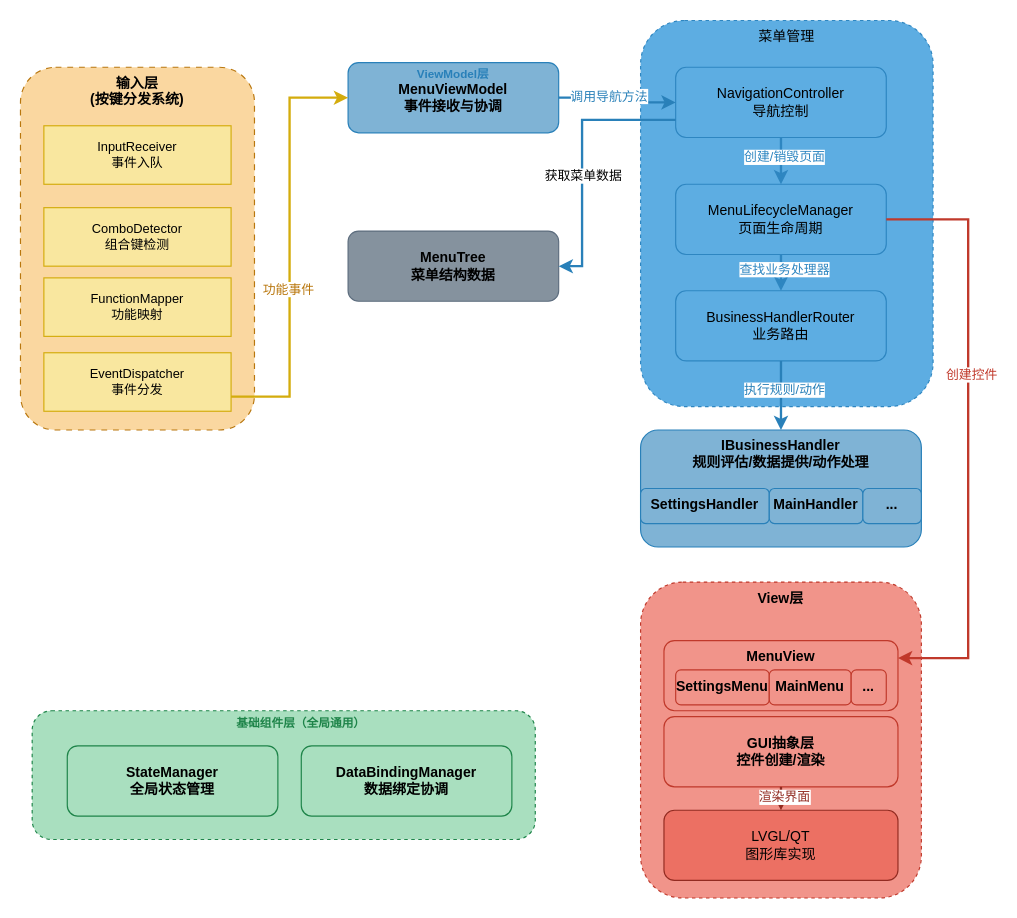
Above: page "菜单分层图" (13 of 13) of PDR.drawio in liyunhao2/technology (draw.io), before the change. Source tidied: cells renumbered, new cells numbered last; positions are measured from the earlier drawing's top-left corner, leaving out a move shared by most shapes. Both pictures are drawn from the tidied source at 117%, with x=0, y=0 at pixel (20, 20).
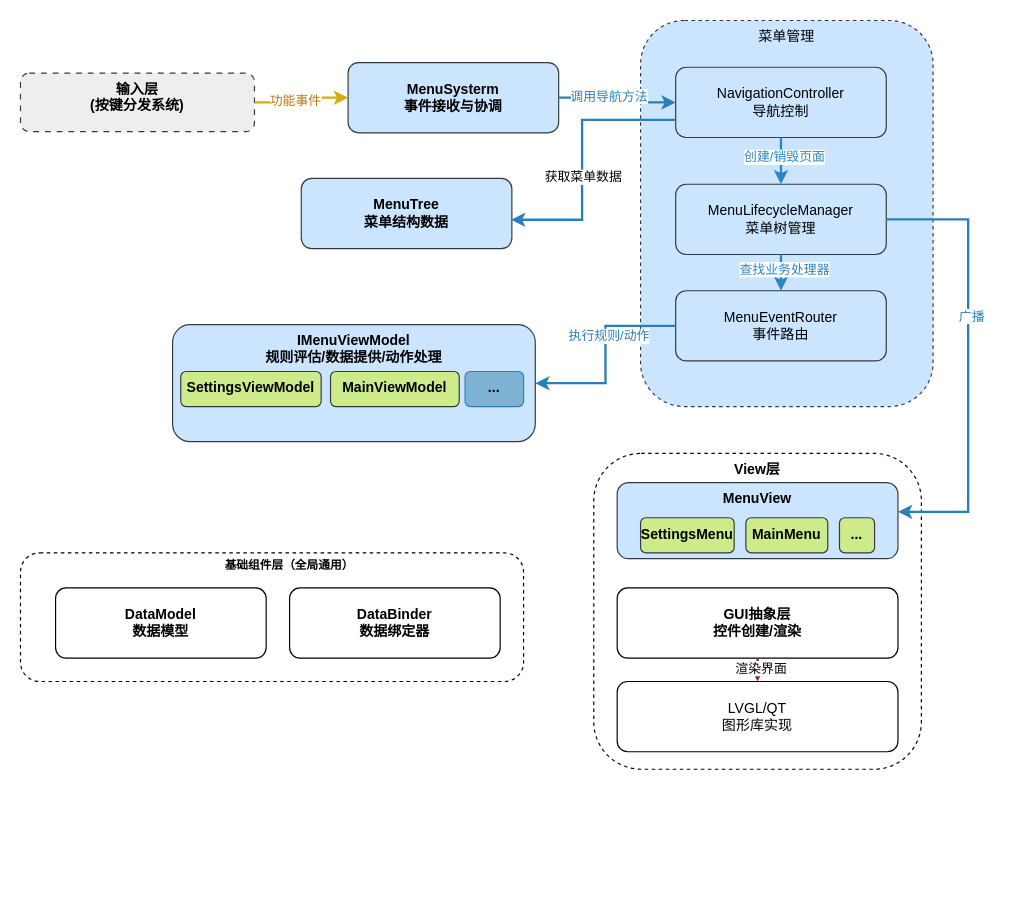
The same page after the edit.

Unchanged cells that the change refers to:
```xml
<mxCell id="32" style="edgeStyle=orthogonalEdgeStyle;rounded=0;html=1;exitX=0.5;exitY=1;entryX=0.5;entryY=0;endArrow=classic;strokeColor=#922B21;strokeWidth=2;" parent="1" edge="1" source="18" target="19">
  <mxGeometry relative="1" as="geometry" />
</mxCell>
```

Diff of the diagram source:
```diff
@@
-    <mxCell id="2" value="View层" style="rounded=1;whiteSpace=wrap;html=1;fillColor=#F1948A;strokeColor=#C0392B;fontSize=12;fontStyle=1;verticalAlign=top;dashed=1;" parent="1" vertex="1">
-      <mxGeometry x="530" y="480" width="240" height="270" as="geometry" />
+    <mxCell id="2" value="View层" style="rounded=1;whiteSpace=wrap;html=1;fontSize=12;fontStyle=1;verticalAlign=top;dashed=1;" parent="1" vertex="1">
+      <mxGeometry x="490" y="370" width="280" height="270" as="geometry" />
     </mxCell>
-    <mxCell id="3" value="菜单管理" style="rounded=1;whiteSpace=wrap;html=1;fillColor=#5DADE2;strokeColor=#2E86C1;fontSize=12;dashed=1;verticalAlign=top;" parent="1" vertex="1">
+    <mxCell id="3" value="菜单管理" style="rounded=1;whiteSpace=wrap;html=1;fillColor=#cce5ff;strokeColor=#36393d;fontSize=12;dashed=1;verticalAlign=top;" parent="1" vertex="1">
       <mxGeometry x="530" width="250" height="330" as="geometry" />
     </mxCell>
-    <mxCell id="4" style="rounded=1;whiteSpace=wrap;html=1;fillColor=#A9DFBF;strokeColor=#1E8449;fontSize=12;fontStyle=1;dashed=1;" parent="1" vertex="1">
-      <mxGeometry x="10" y="590" width="430" height="110" as="geometry" />
+    <mxCell id="4" style="rounded=1;whiteSpace=wrap;html=1;fontSize=12;fontStyle=1;dashed=1;" parent="1" vertex="1">
+      <mxGeometry y="455" width="430" height="110" as="geometry" />
     </mxCell>
-    <mxCell id="5" value="StateManager&lt;br&gt;全局状态管理" style="rounded=1;whiteSpace=wrap;html=1;fillColor=#A9DFBF;strokeColor=#1E8449;fontSize=12;fontStyle=1;" parent="1" vertex="1">
-      <mxGeometry x="40" y="620" width="180" height="60" as="geometry" />
+    <mxCell id="5" value="DataModel&lt;br&gt;数据模型" style="rounded=1;whiteSpace=wrap;html=1;fontSize=12;fontStyle=1;" parent="1" vertex="1">
+      <mxGeometry x="30" y="485" width="180" height="60" as="geometry" />
     </mxCell>
-    <mxCell id="6" value="DataBindingManager&lt;br&gt;数据绑定协调" style="rounded=1;whiteSpace=wrap;html=1;fillColor=#A9DFBF;strokeColor=#1E8449;fontSize=12;fontStyle=1;" parent="1" vertex="1">
-      <mxGeometry x="240" y="620" width="180" height="60" as="geometry" />
+    <mxCell id="6" value="DataBinder&lt;br&gt;数据绑定器" style="rounded=1;whiteSpace=wrap;html=1;fontSize=12;fontStyle=1;" parent="1" vertex="1">
+      <mxGeometry x="230" y="485" width="180" height="60" as="geometry" />
     </mxCell>
-    <mxCell id="7" value="输入层&lt;br&gt;(按键分发系统)" style="rounded=1;whiteSpace=wrap;html=1;fillColor=#FAD7A0;strokeColor=#B9770E;dashed=1;dashPattern=5 5;fontSize=12;fontStyle=1;verticalAlign=top;" parent="1" vertex="1">
-      <mxGeometry y="40" width="200" height="310" as="geometry" />
+    <mxCell id="7" value="输入层&lt;br&gt;(按键分发系统)" style="rounded=1;whiteSpace=wrap;html=1;fillColor=#eeeeee;strokeColor=#36393d;dashed=1;dashPattern=5 5;fontSize=12;fontStyle=1;verticalAlign=top;" parent="1" vertex="1">
+      <mxGeometry y="45" width="200" height="50" as="geometry" />
     </mxCell>
-    <mxCell id="8" value="InputReceiver&lt;br&gt;事件入队" style="rounded=0;whiteSpace=wrap;html=1;fillColor=#F9E79F;strokeColor=#D4AC0D;fontSize=11;" parent="1" vertex="1">
-      <mxGeometry x="20" y="90" width="160" height="50" as="geometry" />
-    </mxCell>
-    <mxCell id="9" value="ComboDetector&lt;br&gt;组合键检测" style="rounded=0;whiteSpace=wrap;html=1;fillColor=#F9E79F;strokeColor=#D4AC0D;fontSize=11;" parent="1" vertex="1">
-      <mxGeometry x="20" y="160" width="160" height="50" as="geometry" />
-    </mxCell>
-    <mxCell id="10" value="FunctionMapper&lt;br&gt;功能映射" style="rounded=0;whiteSpace=wrap;html=1;fillColor=#F9E79F;strokeColor=#D4AC0D;fontSize=11;" parent="1" vertex="1">
-      <mxGeometry x="20" y="220" width="160" height="50" as="geometry" />
-    </mxCell>
-    <mxCell id="11" value="EventDispatcher&lt;br&gt;事件分发" style="rounded=0;whiteSpace=wrap;html=1;fillColor=#F9E79F;strokeColor=#D4AC0D;fontSize=11;" parent="1" vertex="1">
-      <mxGeometry x="20" y="284" width="160" height="50" as="geometry" />
-    </mxCell>
-    <mxCell id="12" value="MenuViewModel&lt;br&gt;事件接收与协调" style="rounded=1;whiteSpace=wrap;html=1;fillColor=#7FB3D5;strokeColor=#2980B9;fontSize=12;fontStyle=1;" parent="1" vertex="1">
+    <mxCell id="12" value="MenuSysterm&lt;br&gt;事件接收与协调" style="rounded=1;whiteSpace=wrap;html=1;fillColor=#cce5ff;strokeColor=#36393d;fontSize=12;fontStyle=1;" parent="1" vertex="1">
       <mxGeometry x="280" y="36" width="180" height="60" as="geometry" />
     </mxCell>
-    <mxCell id="13" value="IBusinessHandler&lt;br&gt;规则评估/数据提供/动作处理" style="rounded=1;whiteSpace=wrap;html=1;fillColor=#7FB3D5;strokeColor=#2980B9;fontSize=12;fontStyle=1;verticalAlign=top;" parent="1" vertex="1">
-      <mxGeometry x="530" y="350" width="240" height="100" as="geometry" />
+    <mxCell id="13" value="IMenuViewModel&lt;br&gt;规则评估/数据提供/动作处理" style="rounded=1;whiteSpace=wrap;html=1;fillColor=#cce5ff;strokeColor=#36393d;fontSize=12;fontStyle=1;verticalAlign=top;" parent="1" vertex="1">
+      <mxGeometry x="130" y="260" width="310" height="100" as="geometry" />
     </mxCell>
-    <mxCell id="14" value="NavigationController&lt;br&gt;导航控制" style="rounded=1;whiteSpace=wrap;html=1;fillColor=#5DADE2;strokeColor=#2E86C1;fontSize=12;" parent="1" vertex="1">
+    <mxCell id="14" value="NavigationController&lt;br&gt;导航控制" style="rounded=1;whiteSpace=wrap;html=1;fillColor=#cce5ff;strokeColor=#36393d;fontSize=12;" parent="1" vertex="1">
       <mxGeometry x="560" y="40" width="180" height="60" as="geometry" />
     </mxCell>
-    <mxCell id="15" value="MenuLifecycleManager&lt;br&gt;页面生命周期" style="rounded=1;whiteSpace=wrap;html=1;fillColor=#5DADE2;strokeColor=#2E86C1;fontSize=12;" parent="1" vertex="1">
+    <mxCell id="15" value="MenuLifecycleManager&lt;br&gt;菜单树管理" style="rounded=1;whiteSpace=wrap;html=1;fillColor=#cce5ff;strokeColor=#36393d;fontSize=12;" parent="1" vertex="1">
       <mxGeometry x="560" y="140" width="180" height="60" as="geometry" />
     </mxCell>
-    <mxCell id="16" value="BusinessHandlerRouter&lt;br&gt;业务路由" style="rounded=1;whiteSpace=wrap;html=1;fillColor=#5DADE2;strokeColor=#2E86C1;fontSize=12;" parent="1" vertex="1">
+    <mxCell id="16" value="MenuEventRouter&lt;br&gt;事件路由" style="rounded=1;whiteSpace=wrap;html=1;fillColor=#cce5ff;strokeColor=#36393d;fontSize=12;" parent="1" vertex="1">
       <mxGeometry x="560" y="231" width="180" height="60" as="geometry" />
     </mxCell>
-    <mxCell id="17" value="MenuTree&lt;br&gt;菜单结构数据" style="rounded=1;whiteSpace=wrap;html=1;fillColor=#85929E;strokeColor=#5D6D7E;fontSize=12;fontStyle=1;" parent="1" vertex="1">
-      <mxGeometry x="280" y="180" width="180" height="60" as="geometry" />
+    <mxCell id="17" value="MenuTree&lt;br&gt;菜单结构数据" style="rounded=1;whiteSpace=wrap;html=1;fillColor=#cce5ff;strokeColor=#36393d;fontSize=12;fontStyle=1;" parent="1" vertex="1">
+      <mxGeometry x="240" y="135" width="180" height="60" as="geometry" />
     </mxCell>
-    <mxCell id="18" value="GUI抽象层&lt;br&gt;控件创建/渲染" style="rounded=1;whiteSpace=wrap;html=1;fillColor=#F1948A;strokeColor=#C0392B;fontSize=12;fontStyle=1;" parent="1" vertex="1">
-      <mxGeometry x="550" y="595" width="200" height="60" as="geometry" />
+    <mxCell id="18" value="GUI抽象层&lt;br&gt;控件创建/渲染" style="rounded=1;whiteSpace=wrap;html=1;fontSize=12;fontStyle=1;" parent="1" vertex="1">
+      <mxGeometry x="510" y="485" width="240" height="60" as="geometry" />
     </mxCell>
-    <mxCell id="19" value="LVGL/QT&lt;br&gt;图形库实现" style="rounded=1;whiteSpace=wrap;html=1;fillColor=#EC7063;strokeColor=#922B21;fontSize=12;" parent="1" vertex="1">
-      <mxGeometry x="550" y="675" width="200" height="60" as="geometry" />
+    <mxCell id="19" value="LVGL/QT&lt;br&gt;图形库实现" style="rounded=1;whiteSpace=wrap;html=1;fontSize=12;" parent="1" vertex="1">
+      <mxGeometry x="510" y="565" width="240" height="60" as="geometry" />
     </mxCell>
-    <mxCell id="20" style="edgeStyle=orthogonalEdgeStyle;rounded=0;html=1;exitX=1;exitY=0.75;entryX=0;entryY=0.5;endArrow=classic;strokeColor=#D4AC0D;strokeWidth=2;entryDx=0;entryDy=0;" parent="1" edge="1" source="11" target="12">
+    <mxCell id="20" style="edgeStyle=orthogonalEdgeStyle;rounded=0;html=1;exitX=1;exitY=0.5;entryX=0;entryY=0.5;endArrow=classic;strokeColor=#D4AC0D;strokeWidth=2;entryDx=0;entryDy=0;exitDx=0;exitDy=0;" parent="1" edge="1" source="7" target="12">
       <mxGeometry relative="1" as="geometry" />
     </mxCell>
@@
-    <mxCell id="28" style="edgeStyle=orthogonalEdgeStyle;rounded=0;html=1;exitX=0.5;exitY=1;entryX=0.5;entryY=0;endArrow=classic;strokeColor=#2980B9;strokeWidth=2;exitDx=0;exitDy=0;entryDx=0;entryDy=0;" parent="1" edge="1" source="16" target="13">
+    <mxCell id="28" style="edgeStyle=orthogonalEdgeStyle;rounded=0;html=1;exitX=0;exitY=0.5;entryX=1;entryY=0.5;endArrow=classic;strokeColor=#2980B9;strokeWidth=2;exitDx=0;exitDy=0;entryDx=0;entryDy=0;" parent="1" edge="1" source="16" target="13">
       <mxGeometry relative="1" as="geometry" />
     </mxCell>
@@
-    <mxCell id="30" style="edgeStyle=orthogonalEdgeStyle;rounded=0;html=1;exitX=1;exitY=0.5;endArrow=classic;strokeColor=#C0392B;strokeWidth=2;exitDx=0;exitDy=0;entryX=1;entryY=0.25;entryDx=0;entryDy=0;" parent="1" edge="1" source="15" target="36">
+    <mxCell id="30" style="edgeStyle=orthogonalEdgeStyle;rounded=0;html=1;exitX=1;exitY=0.5;endArrow=classic;strokeColor=#2980B9;strokeWidth=2;exitDx=0;exitDy=0;fontColor=#2980B9;" parent="1" edge="1" source="15" target="36">
       <mxGeometry relative="1" as="geometry">
         <Array as="points">
           <mxPoint x="810" y="170" />
-          <mxPoint x="810" y="545" />
+          <mxPoint x="810" y="420" />
         </Array>
       </mxGeometry>
     </mxCell>
-    <mxCell id="31" value="创建控件" style="edgeLabel;html=1;align=center;verticalAlign=middle;fontSize=11;fontColor=#C0392B;" parent="30" vertex="1">
+    <mxCell id="31" value="广播" style="edgeLabel;html=1;align=center;verticalAlign=middle;fontSize=11;fontColor=#2980B9;" parent="30" vertex="1">
       <mxGeometry x="-0.2" y="2" relative="1" as="geometry" />
     </mxCell>
@@
-    <mxCell id="33" value="渲染界面" style="edgeLabel;html=1;align=center;verticalAlign=middle;fontSize=11;fontColor=#922B21;" parent="32" vertex="1">
+    <mxCell id="33" value="渲染界面" style="edgeLabel;html=1;align=center;verticalAlign=middle;fontSize=11;fontColor=#000000;" parent="32" vertex="1">
       <mxGeometry x="-0.2" y="2" relative="1" as="geometry" />
     </mxCell>
-    <mxCell id="34" value="ViewModel层" style="text;html=1;strokeColor=none;fillColor=none;align=center;verticalAlign=middle;whiteSpace=wrap;rounded=0;fontSize=10;fontColor=#2980B9;fontStyle=1;" parent="1" vertex="1">
-      <mxGeometry x="310" y="36" width="120" height="20" as="geometry" />
-    </mxCell>
-    <mxCell id="35" value="基础组件层（全局通用）" style="text;html=1;strokeColor=none;fillColor=none;align=center;verticalAlign=middle;whiteSpace=wrap;rounded=0;fontSize=10;fontColor=#1E8449;fontStyle=1;" parent="1" vertex="1">
-      <mxGeometry x="170" y="590" width="140" height="20" as="geometry" />
+    <mxCell id="35" value="基础组件层（全局通用）" style="text;html=1;strokeColor=none;fillColor=none;align=center;verticalAlign=middle;whiteSpace=wrap;rounded=0;fontSize=10;fontColor=#000000;fontStyle=1;" parent="1" vertex="1">
+      <mxGeometry x="160" y="455" width="140" height="20" as="geometry" />
     </mxCell>
-    <mxCell id="36" value="MenuView" style="rounded=1;whiteSpace=wrap;html=1;fillColor=#F1948A;strokeColor=#C0392B;fontSize=12;fontStyle=1;verticalAlign=top;" parent="1" vertex="1">
-      <mxGeometry x="550" y="530" width="200" height="60" as="geometry" />
+    <mxCell id="36" value="MenuView" style="rounded=1;whiteSpace=wrap;html=1;fillColor=#cce5ff;strokeColor=#36393d;fontSize=12;fontStyle=1;verticalAlign=top;" parent="1" vertex="1">
+      <mxGeometry x="510" y="395" width="240" height="65" as="geometry" />
     </mxCell>
-    <mxCell id="37" value="SettingsHandler" style="rounded=1;whiteSpace=wrap;html=1;fillColor=#7FB3D5;strokeColor=#2980B9;fontSize=12;fontStyle=1;verticalAlign=top;" parent="1" vertex="1">
-      <mxGeometry x="530" y="400" width="110" height="30" as="geometry" />
+    <mxCell id="37" value="SettingsViewModel" style="rounded=1;whiteSpace=wrap;html=1;fillColor=#cdeb8b;strokeColor=#36393d;fontSize=12;fontStyle=1;verticalAlign=top;" parent="1" vertex="1">
+      <mxGeometry x="137" y="300" width="120" height="30" as="geometry" />
     </mxCell>
-    <mxCell id="38" value="MainHandler" style="rounded=1;whiteSpace=wrap;html=1;fillColor=#7FB3D5;strokeColor=#2980B9;fontSize=12;fontStyle=1;verticalAlign=top;" parent="1" vertex="1">
-      <mxGeometry x="640" y="400" width="80" height="30" as="geometry" />
+    <mxCell id="38" value="MainViewModel" style="rounded=1;whiteSpace=wrap;html=1;fillColor=#cdeb8b;strokeColor=#36393d;fontSize=12;fontStyle=1;verticalAlign=top;" parent="1" vertex="1">
+      <mxGeometry x="265" y="300" width="110" height="30" as="geometry" />
     </mxCell>
     <mxCell id="39" value="..." style="rounded=1;whiteSpace=wrap;html=1;fillColor=#7FB3D5;strokeColor=#2980B9;fontSize=12;fontStyle=1;verticalAlign=top;" parent="1" vertex="1">
-      <mxGeometry x="720" y="400" width="50" height="30" as="geometry" />
+      <mxGeometry x="380" y="300" width="50" height="30" as="geometry" />
     </mxCell>
-    <mxCell id="40" value="SettingsMenu" style="rounded=1;whiteSpace=wrap;html=1;fillColor=#F1948A;strokeColor=#C0392B;fontSize=12;fontStyle=1;verticalAlign=middle;" parent="1" vertex="1">
-      <mxGeometry x="560" y="555" width="80" height="30" as="geometry" />
+    <mxCell id="40" value="SettingsMenu" style="rounded=1;whiteSpace=wrap;html=1;fillColor=#cdeb8b;strokeColor=#36393d;fontSize=12;fontStyle=1;verticalAlign=middle;" parent="1" vertex="1">
+      <mxGeometry x="530" y="425" width="80" height="30" as="geometry" />
     </mxCell>
-    <mxCell id="41" value="MainMenu" style="rounded=1;whiteSpace=wrap;html=1;fillColor=#F1948A;strokeColor=#C0392B;fontSize=12;fontStyle=1;verticalAlign=middle;" parent="1" vertex="1">
-      <mxGeometry x="640" y="555" width="70" height="30" as="geometry" />
+    <mxCell id="41" value="MainMenu" style="rounded=1;whiteSpace=wrap;html=1;fillColor=#cdeb8b;strokeColor=#36393d;fontSize=12;fontStyle=1;verticalAlign=middle;" parent="1" vertex="1">
+      <mxGeometry x="620" y="425" width="70" height="30" as="geometry" />
     </mxCell>
-    <mxCell id="42" value="..." style="rounded=1;whiteSpace=wrap;html=1;fillColor=#F1948A;strokeColor=#C0392B;fontSize=12;fontStyle=1;verticalAlign=middle;" parent="1" vertex="1">
-      <mxGeometry x="710" y="555" width="30" height="30" as="geometry" />
+    <mxCell id="42" value="..." style="rounded=1;whiteSpace=wrap;html=1;fillColor=#cdeb8b;strokeColor=#36393d;fontSize=12;fontStyle=1;verticalAlign=middle;" parent="1" vertex="1">
+      <mxGeometry x="700" y="425" width="30" height="30" as="geometry" />
     </mxCell>
-    <mxCell id="43" style="edgeStyle=orthogonalEdgeStyle;rounded=0;html=1;exitX=0;exitY=0.75;entryX=1;entryY=0.5;endArrow=classic;strokeColor=#2980B9;strokeWidth=2;exitDx=0;exitDy=0;entryDx=0;entryDy=0;" parent="1" edge="1" source="14" target="17">
+    <mxCell id="43" style="edgeStyle=orthogonalEdgeStyle;rounded=0;html=1;exitX=0;exitY=0.75;endArrow=classic;strokeColor=#2980B9;strokeWidth=2;exitDx=0;exitDy=0;entryX=0.996;entryY=0.589;entryDx=0;entryDy=0;entryPerimeter=0;" parent="1" edge="1" source="14" target="17">
       <mxGeometry relative="1" as="geometry">
         <Array as="points">
           <mxPoint x="480" y="85" />
-          <mxPoint x="480" y="210" />
+          <mxPoint x="480" y="170" />
         </Array>
       </mxGeometry>
     </mxCell>
```
